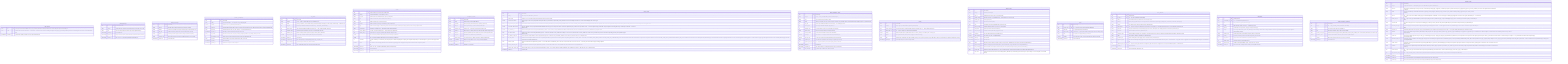
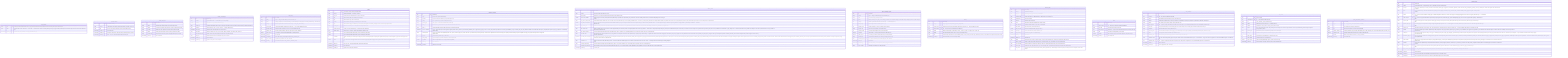
%% Generated by scripts/generate_er.py — do not edit by hand (make er)
erDiagram

    APP_CONFIG {
        string key PK "Config key in lower-snake attribute form (e.g. pdf_extractor). Matches the settings.<key> attribute name and the API path segment. ADR-0053 §2.1."
        string value "Override value as TEXT. NOT NULL — 'a row exists ⇔ override is active'. Reset to default by deleting the row (§3.3). Typed values (bool/float) are stored as their string form and coerced at read. ADR-0053 §2.1."
        timestamptz updated_at "Last write time (audit). Refreshed on every upsert. ADR-0053 §2.1."
    }

    CONVERSATIONS {
        uuid id PK "Conversation identity"
        string vault_id "Logical vault scope (matches pages/edges pattern), from VAULT_ID env var"
        string title "User-set or first-prompt-derived title, NULL until set (ADR-0019 §2.5)"
        timestamptz created_at "Row creation time"
        timestamptz updated_at "Bumped on each chat turn, drives last-active-conversation restore (AC-F6-1)"
        timestamptz deleted_at "NULL = live, set = soft-deleted (ADR-0005 / ADR-0019 §2.5)"
    }

    IMAGE_CAPTIONS {
        uuid id PK "Row identity"
        string vault_id "Vault this cached caption belongs to (per-vault cache scoping)"
        string sha256 "Lowercase hex sha256 of the image file's raw bytes (content-addressed key)"
        string file_path "Relative raw source path last seen for this content (audit, may drift)"
        string caption "Provider-generated caption used as the image's extracted text (R8-2)"
        string provider_type "Backend that produced the caption: local|api|cli (audit only, never routing)"
        timestamptz created_at "Row creation time"
    }

    IMPORT_SCHEDULES {
        uuid id PK "Row identity"
        string vault_id "Logical vault identifier — one schedule row per vault (UNIQUE)"
        boolean enabled "Scheduler is a no-op while false (ADR-0020 §4.1)"
        string source_dir "Container-visible absolute path to scan (e.g. /import). NULL until set by the user. Must be mounted into the container (ADR-0020 §7)."
        string frequency "Scan interval enum: '15m' | '1h' | '6h' | 'daily' (I7 — bounded, ADR-0020 §4.1)"
        timestamptz last_run_at "Timestamp of the last completed scan, NULL if never run"
        string last_status "Outcome of the last scan: 'ok' | 'error' | 'running' | 'skipped_disabled' | 'dir_missing' | NULL (never run)"
        int last_imported_count "Number of files copied (new/changed) during the last scan (ADR-0020 §4.3)"
        string last_error "Human-readable error from the last failed scan, NULL on success"
        timestamptz created_at "Row creation time"
        timestamptz updated_at "Updated on every PUT or scan completion"
    }

    LINT_RUNS {
        uuid id PK "Run identity"
        string vault_id "Scope — string, no vaults table (AQ-v0.5-6, ADR-0037 §3.1)"
        string status "running | completed | error. Defaults 'running', terminal write always in finally (never left 'running' on fall-through — ADR-0037 §4)."
        int max_iter "Iteration cap FROZEN at INSERT from POST body → LINT_MAX_ITER default (I7)"
        int token_budget "Token budget FROZEN at INSERT from POST body → LINT_TOKEN_BUDGET default (I7)"
        int iterations_used "Semantic rounds consumed (0..max_iter), 0 for deterministic-only scans"
        int findings_count "Number of findings emitted by this scan (capped at LINT_MAX_FINDINGS)"
        decimal total_cost_usd "I7 cost ledger, 0.0000 for local/cli (ADR-0009), $1 anomaly threshold"
        timestamptz started_at "Run start time"
        timestamptz completed_at "NULL while running, set in finally block (mirrors deep_research_runs)"
        string error_message "Populated only on status='error', NULL otherwise"
        timestamptz created_at "Row creation time (mirrors deep_research_runs/review_items)"
    }

    PAGES {
        uuid id PK "Page identity, also the Qdrant point id (ADR-0002)"
        string vault_id "Logical vault identifier — from VAULT_ID env var"
        string file_path "Relative path under vault/raw/sources/, join key to filesystem"
        string title "YAML frontmatter 'title', NULL if absent (K6, AC-K6-2/3)"
        string type "YAML frontmatter 'type', NULL if absent (K6)"
        jsonb sources "YAML frontmatter 'sources[]' as JSONB array, NULL if absent (K6)"
        jsonb tags "YAML frontmatter 'tags[]' as JSONB array, NULL if absent (K6 navigation, nashsu/llm_wiki parity). Mirrors 'sources' storage. Migration 0018."
        string content_hash "sha256 hex of raw file bytes — authoritative change signal (ADR-0001)"
        int source_mtime_ns "st_mtime_ns at last confirmed index — cheap fast-path gate (ADR-0001)"
        uuid qdrant_point_id "Qdrant point id == pages.id, explicit to allow deliberate divergence later"
        double x "FR x-coordinate (DOUBLE PRECISION), NULL until first layout (ADR-0013)"
        double y "FR y-coordinate (DOUBLE PRECISION), NULL until first layout (ADR-0013)"
        int community "Louvain community id, re-numbered by size (largest=0). NULL until first GraphEngine.recompute() after migration 0020 (G-P0-2). Persisted alongside x/y, exposed in GET /graph nodes (I2)."
        boolean pinned "True when the user manually positioned this node via PATCH /pages/(id)/position. Engine preserves pinned coords across FR recomputes (Feature A)."
        timestamptz deleted_at "NULL = live, set = soft-deleted (ADR-0005), Qdrant point hard-deleted"
        timestamptz created_at "Row creation time"
        timestamptz updated_at "Updated on every upsert (AC-WATCH-3)"
    }

    PROVIDER_CONFIG {
        uuid id PK "Row identity"
        string scope "global | vault | operation (ADR-0008 §2)"
        string operation "ingest | chat | lint, NULL unless scope='operation' (AQ-v0.2-5)"
        string vault_id "NULL at global scope, required at vault/operation scope"
        string provider_type "local | api | cli — selects the InferenceProvider backend (I6)"
        string model_id "Model name (e.g. claude-sonnet-4-6), value lives ONLY in DB rows (AC-F17-8)"
        string base_url "OpenAI-compatible endpoint for ApiProvider, NULL for Anthropic/local default"
+         largebinary api_key_encrypted "W1 (F17, §12 amendment). Fernet-encrypted UI-supplied provider API key (master key from SYNAPSE_SECRET_KEY env, app/secrets_crypto.py). NULL = no UI key, the provider layer falls back to env-var keys (ANTHROPIC_API_KEY / OPENAI_API_KEY). The plaintext is NEVER stored and NEVER returned by any endpoint (GET exposes only api_key_configured + a masked hint). Migration 0026."
+         string reasoning_effort "W1 (F17). Per-provider reasoning/thinking effort: auto | off | low | medium | high | max | custom. NULL/auto = provider default (no reasoning override). Threaded into the ApiProvider where the backend supports it (Anthropic extended thinking / OpenAI-compatible reasoning_effort), degrade-safe/ignored when unsupported. Migration 0026."
        int max_iter "Orchestrated-loop iteration cap (I7, ADR-0009)"
        int token_budget "Loop token budget (I7), 60000 orchestrated / 100000 cli (ADR-0009)"
        boolean is_fallback "Marks the single fallback row for a scope (ADR-0009 §fallback)"
        timestamptz created_at "Row creation time"
        timestamptz updated_at "Updated on every change"
    }

    VAULT_STATE {
        uuid id PK "Row identity"
        string vault_id "One row per vault, from VAULT_ID env var"
        int data_version "Monotonic, +1 per successful upsert ingest (AC-F16dv-2/4), FA2 debounce signal"
        boolean remote_mcp_enabled "Runtime toggle for the remote (HTTP) MCP surface (ADR-0032 §2.1). Default OFF, requires MCP_AUTH_TOKEN to be set before enabling. Persisted here, read into RemoteMcpFlag cache in main.py at startup."
        string mcp_access_token_hash "Salted PBKDF2-HMAC-SHA256 hash of the UI-set MCP access token (ADR-0033 §2.1). Format: pbkdf2_sha256$<iters>$<salt_b64>$<hash_b64>. NULL = no UI token, env MCP_AUTH_TOKEN is the bootstrap fallback. NEVER stores plaintext. Token shown once at generation time (one-time reveal). DB-hash takes precedence over env bootstrap when set. Migration 0012."
        boolean mcp_allow_without_token "When ON: PRIVATE sources (loopback/CGNAT/RFC1918/link-local/ULA) may reach /mcp/server without a bearer token (ADR-0033 §2.3). PUBLIC sources (Cloudflare tunnel — CF-Connecting-IP/CF-Ray) are NEVER exempted regardless of this flag (fail-safe by construction). Default false — fail-closed. Migration 0012."
        boolean clip_enabled_db "Runtime enabled-gate for POST /clip ingress (ADR-0040 §3). NULL = not set in DB, env CLIP_ENABLED is the fallback. When NOT NULL, DB value is authoritative (overrides CLIP_ENABLED env). Migration 0015."
-         string clip_access_token "Plaintext bearer token for POST /clip (ADR-0040 §3). NULL = no DB token, fall back to CLIP_TOKEN env bootstrap or none. When set, DB value wins over CLIP_TOKEN env. Shown once at generation time (one-time reveal in PUT /clip/config generated_token). NEVER logged. Migration 0015."
+         string clip_access_token "PBKDF2-SHA256 hash of the bearer token for POST /clip (ADR-0040 §2.2 amendment). NOTE: the original migration 0015 comment says 'plaintext' — that is stale. The write path (PUT /clip/config rotate_token) stores the PBKDF2 hash (never the raw token). The raw token is shown exactly once at generation time in generated_token (never stored). Verification uses constant-time _verify_token(). NULL = no DB token, fall back to CLIP_TOKEN env bootstrap or none. When set, DB value wins over CLIP_TOKEN env. NEVER logged. Migration 0015."
        string clip_allowed_origins_db "Comma-separated Origin allowlist for POST /clip (ADR-0040 §3). NULL = fall back to CLIP_ALLOWED_ORIGINS env var. When set, DB value wins over env. Migration 0015."
-         string cli_oauth_token "Plaintext Claude subscription OAuth token for the CLI provider (ADR-0043 §2.1). Produced on the host by 'claude setup-token' (prefix: sk-ant- + oat01-). NULL = no UI token, env 'CLAUDE_CODE_OAUTH_TOKEN' / 'CLAUDE_CODE_USE_SUBSCRIPTION' govern. When NOT NULL the DB value is authoritative: it is injected into the spawned 'claude' CLI's env as CLAUDE_CODE_OAUTH_TOKEN AND 'ANTHROPIC_API_KEY' is scrubbed from that child env so the subscription wins (ADR-0043 §2.3). Stored PLAINTEXT because it is replayed outbound to the CLI, not verified against an incoming request — a hash cannot be replayed (§12 narrowly amended for this one credential). NEVER logged, NEVER returned by any endpoint. Migration 0017."
+         string cli_oauth_token "DEPRECATED write path (W7 migration 0027). Legacy plaintext CLI subscription OAuth token column (ADR-0043 §2.1 original). Kept for rollback safety — migration 0027 nulls this column after encrypting the value into cli_oauth_token_encrypted. The read path falls back to this column with a security warning if cli_oauth_token_encrypted is NULL (operator migration path when SYNAPSE_SECRET_KEY was absent at migration time). Will be dropped in a future cleanup migration. Migration 0017."
+         largebinary cli_oauth_token_encrypted "W7 (ADR-0043 amendment). Fernet-encrypted CLI subscription OAuth token (master key from SYNAPSE_SECRET_KEY env, app/secrets_crypto.py). Produced on the host by 'claude setup-token' (prefix: sk-ant- + oat01-). NULL = no UI token, env 'CLAUDE_CODE_OAUTH_TOKEN' / 'CLAUDE_CODE_USE_SUBSCRIPTION' govern. When NOT NULL the DB value is authoritative: it is decrypted at startup and injected into the spawned 'claude' CLI env as CLAUDE_CODE_OAUTH_TOKEN. Fernet AES-128-CBC + HMAC-SHA256. Plaintext NEVER stored/logged. Requires SYNAPSE_SECRET_KEY to store (PUT /provider/cli-auth returns 400 when key absent). Fail-closed on tampered ciphertext (decrypt returns None, cache loads None). Migration 0027."
        string searxng_url_db "Runtime SearXNG base URL (ADR-0041 §3). NULL = not set in DB, fall back to SEARXNG_URL env var. When set, DB value wins over env. NOT a secret — returned by GET /web-search/config (no masking). Migration 0016."
        string searxng_categories_db "Comma-separated SearXNG categories (ADR-0041 §3). NULL = not set in DB, fall back to env / code defaults. When set, DB value wins over env. Migration 0016."
        int searxng_max_queries_db "Max SearXNG queries per deep-research iteration (ADR-0041 §3). NULL = not set in DB, fall back to DEEP_RESEARCH_MAX_QUERIES env. When set, DB value wins over env. Migration 0016."
        timestamptz updated_at "Last bump time"
    }

    DEEP_RESEARCH_RUNS {
        uuid id PK "Run identity"
        string vault_id "Scope — string, no vaults table (AQ-v0.5-6, ADR-0024 §7.1)"
        string topic "The research topic provided by the caller"
        string status "running | converged | max_iter_reached | budget_exhausted | error. Defaults 'running', terminal write always in finally (Do-NOT no.7, ADR-0024 §3.2)"
        int max_iter "Iteration cap FROZEN at INSERT from POST body → env default (AQ-v0.5-4)"
        int token_budget "Token budget FROZEN at INSERT (AQ-v0.5-4, I7)"
        int iterations_used "Rounds consumed (1..max_iter), 0 until first round completes"
        jsonb queries_used "Array of every query issued, per round (AC-F10-4c)"
        int sources_fetched "Count of fetched candidate sources across all iterations"
        boolean converged "True iff status == 'converged' (audit convenience, ADR-0024 §7.1)"
        decimal total_cost_usd "I7 cost ledger, 0.0000 for local/cli (ADR-0009), $1 anomaly threshold"
        string synthesis_text "The synthesized markdown, NULL until step 5 completes (AC-F10-4c)"
        uuid synthesis_page_id FK "FK → pages.id created by the re-entrant ingest_file, NULL until done"
        timestamptz started_at "Run start time"
        timestamptz completed_at "NULL while running, set in finally block (mirrors ingest_runs alias rule)"
        string error_message "Populated only on status='error', NULL otherwise"
    }

    EDGES {
        uuid id PK "Row identity"
        string vault_id "Scope edges per vault (matches pages/vault_state pattern)"
        uuid source_page_id FK "Unordered pair stored canonically (smaller UUID first by string sort). FK → pages.id (ADR-0012 / AQ-5)"
        uuid target_page_id FK "FK → pages.id, target of the undirected pair (ADR-0012)"
        double weight "Additive 4-signal weight > 0 (ADR-0012): 3·direct + 4·source_overlap + 1.5·adamic_adar + 1·same_type"
        jsonb signals "Per-signal breakdown ('direct','source','aa','type') for audit (AC-F4-1(e))"
        string kind "Structural edge discriminator: 'link' (direct wikilink present) | 'source' (shared provenance only). ADR-0016 §4. NULL for rows written before migration 0004 (treated as link)."
        timestamptz created_at "Row creation time (set on each recompute batch)"
    }

    INGEST_RUNS {
        uuid id PK "Row identity"
        string vault_id "Vault this run belongs to"
        uuid page_id FK "Originating source page, NULL on a pre-write failure"
        string provider_name "Provider class name (e.g. OllamaProvider) — AUDIT ONLY, never routed on (I6)"
        string provider_type "local | api | cli (audit)"
        string model_id "Resolved model used (audit)"
        string route "orchestrated | delegated (capability-aware routing outcome)"
        int max_iter_used "Iterations actually consumed (1..max_iter), 0 for delegated"
        int total_tokens "input+output tokens across all iterations (I7)"
        decimal total_cost_usd "0.0000 for local/cli (ADR-0009), logged per run (I7)"
        boolean converged "True if a valid batch was produced within max_iter"
        boolean cost_anomaly "True if total_cost_usd > 1.00 (ADR-0009 §3)"
        timestamptz started_at "Run start time"
        timestamptz finished_at "Run finish time"
        string status "Run lifecycle state: running | completed | failed | converged_false. Backfilled from converged for historical rows (ADR-0018 §7)."
        int pages_created "Number of wiki pages persisted during this run. 0 for historical rows, set by orchestrator on new runs (ADR-0018 §7)."
        string error_message "Human-readable error description for failed runs, NULL for completed/running/converged_false rows (ADR-0018 §7)."
        string source_path "Relative raw source path (raw/sources/…) the run is ingesting. NULL for historical rows written before migration 0021 (ADR-0046 §1)."
        int retry_count "Times this source has been retried. Enforces MAX_INGEST_RETRIES=3 (I7, ADR-0046 §5). Incremented by the queue manager on each re-dispatch, 0 for the initial attempt."
    }

    LINKS {
        uuid id PK "Row identity"
        uuid source_page_id FK "FK → pages.id, the page that contains the wikilink (K5)"
        string target_title "The [[Target]] title string as written (K5)"
        uuid target_page_id FK "Resolved FK → pages.id, NULL while the target page does not exist (K5, v0.3)"
        string alias "The |alias part of [[Target|alias]], if present (K5)"
        boolean dangling "True when target_page_id is unresolved (AC-K5-5), warn-not-error path"
        timestamptz created_at "Row creation time"
    }

    LINT_FINDINGS {
        uuid id PK "Finding identity"
        uuid lint_run_id FK "FK → lint_runs.id (ON DELETE CASCADE)"
        string vault_id "Denormalised vault scope (matches the run's vault, AQ-v0.5-6)"
        string category "Finding category (ADR-0037 §3.1 enum-by-convention, no DB CHECK): orphan-page | missing-xref | contradiction | stale-claim | missing-page."
        string severity "info | warning | error (advisory, display ordering). ADR-0037 §3.1."
        uuid target_page_id FK "FK → pages.id, the page the finding is about. NULL when none applies (e.g. a missing-page finding about a not-yet-existing title). ADR-0037 §3.1."
        string target_title "The page title the finding concerns (missing-page: title to create, missing-xref: the existing page that should be linked). ADR-0037 §3.1."
        string description "Human-readable 'what is wrong' (ADR-0037 §3.1)."
        string proposed_action "Human-readable description of the fix apply_lint_fix would attempt. NULL for flag-only findings (contradiction/stale-claim/orphan). ADR-0037 §3.1/§5."
        string status "open | applied | dismissed. Defaults 'open' (ADR-0037 §3.1)."
        string resolution_note "How the finding was resolved (apply outcome / dismiss reason). NULL while open."
        string suggested_target "Title of the best matching existing page found by the tolerant resolver at broken-wikilink scan time (exact → case-insensitive → slug). NULL when no suggestion or for non-broken-wikilink categories. L2 / ADR-0037 B1."
        uuid suggested_page_id FK "FK → pages.id, the live page whose title is 'suggested_target'. NULL when no suggestion or for non-broken-wikilink categories. L2 / ADR-0037 B1."
        timestamptz created_at "Row creation time"
        timestamptz reviewed_at "Set on apply/dismiss, NULL while open."
    }

    MESSAGES {
        uuid id PK "Message identity"
        uuid conversation_id FK "FK → conversations.id (ADR-0019 §2.5)"
        string role "'user' | 'assistant' | 'system' (ADR-0019 §2.5)"
        string content "RAW message content, incl. literal <think>…</think> un-mutated (AC-F7-2)"
        jsonb citations "RESERVED for M5 [n] citations, always [] in M4 (ADR-0019 §2.3)"
        jsonb images "B2-C1 image attachments: [(mime, data_base64)] for user messages. NULL when no images attached. Stored so regenerate/history preserves images. Migration: 0024_messages_images."
        string provider_type "Backend that produced an assistant msg (audit), NULL for user/system"
        string model_id "Resolved model that produced an assistant msg (audit), NULL otherwise"
        int input_tokens "Prompt tokens for an assistant turn (I7 persistent cost record)"
        int output_tokens "Completion tokens for an assistant turn (I7)"
        decimal total_cost_usd "0.0000 for local/cli (ADR-0009), logged + returned in done event (I7)"
        timestamptz created_at "Row creation time, messages ordered created_at ASC (ADR-0019 §2.5)"
    }

    DEEP_RESEARCH_SOURCES {
        uuid id PK "Row identity"
        uuid run_id FK "FK → deep_research_runs.id (ON DELETE CASCADE)"
        string url "The fetched source URL (from SearXNG hit)"
        string title "Hit title from SearXNG, may be URL if no title available"
        string fetched_content_md "Extracted markdown (capped at DEEP_RESEARCH_FETCH_MAX_CHARS), NULL on fetch failure (ADR-0024 §4 / Do-NOT no.9)"
        decimal relevance_score "Optional model/heuristic relevance, NULL in Phase 2 (ADR-0024 §11)"
        int iteration "Which round produced this source (1..max_iter), audit trail"
        timestamptz created_at "Row creation time"
    }

    REVIEW_ITEMS {
        uuid id PK "Row identity"
        string vault_id "Logical vault identifier — existing String (no FK, no vaults table). AQ-v0.5-6, ADR-0034 §3.1"
        string item_type "Proposal type (ADR-0034 §3.1 enum-by-convention, no DB CHECK): missing-page | suggestion | contradiction | duplicate | confirm. Old values (new_page/update_page/deep_research_candidate) are obsolete after migration 0013 left-shifts them to skipped."
        string status "Lifecycle (ADR-0034 §3.1, ADR-0044 adds dismissed): pending | created | skipped | dismissed | deep_researched | auto_resolved. Defaults 'pending'. (approved is gone, Create produces created.)"
        uuid page_id FK "FK → pages.id, the review TARGET: existing page a contradiction/duplicate conflicts with, or source-context page for missing-page/suggestion. NULL when none applies. (ADR-0034 §3.1 — re-documented column)"
        uuid source_page_id FK "FK → pages.id, the page WHOSE INGEST produced this proposal (provenance). Distinct from page_id (the conflicting/target page). Lets the UI show 'proposed while ingesting X'. ADR-0034 §3.1 ADD."
        string proposed_title "The title the LLM proposes to create (required for missing-page, advisory for others). Drives the lazy skeleton (ADR-0034 §5.2) and rule-based sweep title match (§6.2). ADR-0034 §3.1 ADD."
        string proposed_page_type "Inferred PageType for the lazy skeleton: entity|concept|source|synthesis|comparison. NULL → heuristic applied at Create time (ADR-0034 §5.2). source is never a valid Create target. ADR-0034 §3.1 ADD."
        string proposed_dir "Target wiki/ subdir derived from proposed_page_type (DISPLAY ONLY). Recomputed from the final type at Create time — never trusted blindly (ADR-0034 §5.2). ADR-0034 §3.1 ADD."
        string rationale "Short human-readable 'why this matters' (ADR-0034 §3.1 ADD). Replaces the old per-page follow-up questions (pre_generated_query is DROPPED). For suggestion: the gap/follow-up, for contradiction: the conflict description, for confirm: what needs confirming. Used as the topic hint for Deep Research."
        string content_key "16-hex FNV-1a stable digest over vault_id + item_type + normalize(proposed_title) + (target_page_title|page_id) (ADR-0044 §3.2). Makes the queue idempotent across re-ingest: the same logical proposal keeps its content_key and therefore its status. NULL for 'confirm' items (never deduped — every confirmation is a distinct human ask) and legacy rows. Migration 0019."
        jsonb referenced_page_ids "JSON array of page-id STRINGS: the existing pages this proposal is contextually about (plural context set, ADR-0044 §2/§3.1). Bounded (≤ REVIEW_REFERENCED_PAGES_MAX, default 8). Distinct from page_id (single primary conflict) and source_page_id (provenance). Deliberately a JSON array, NOT a junction/FK — stale ids are filtered at render (ADR-0044 §9.2). NULL/[] when none. Migration 0019."
        jsonb search_queries "JSON array of ≤3 pre-generated web-search-query strings (ADR-0044 §2.3), produced by the SAME single proposal call (no extra provider call). Deep Research seeds its topic from search_queries[0], the UI shows them on the card. NULL when none. Migration 0019."
        string resolution "How the item closed (ADR-0034 §3.1 ADD, ADR-0044 adds dismissed): created | skipped | dismissed | researched | rule_resolved | llm_resolved. NULL while pending. Complements status (status records *what* happened, resolution records *how* it was resolved)."
        uuid created_page_id FK "FK → pages.id, the page a successful Create action produced (ADR-0034 §5). NULL while status != 'created'. Distinct from page_id and source_page_id. ADR-0034 §3.1 ADD."
        uuid deep_research_run_id FK "FK → deep_research_runs.id, set when the Deep-Research action fires (AC-F10-5). NULL while status != 'deep_researched'. Unchanged from ADR-0025."
        timestamptz created_at "Row creation time"
        timestamptz reviewed_at "Set on any terminal action (Create/Skip/Deep-Research/auto-resolve), NULL while pending."
        string reviewed_by "'web-ui' for human actions, 'auto-sweep' for the sweep (ADR-0034 §6.2/§6.3). NULL while pending."
    }
